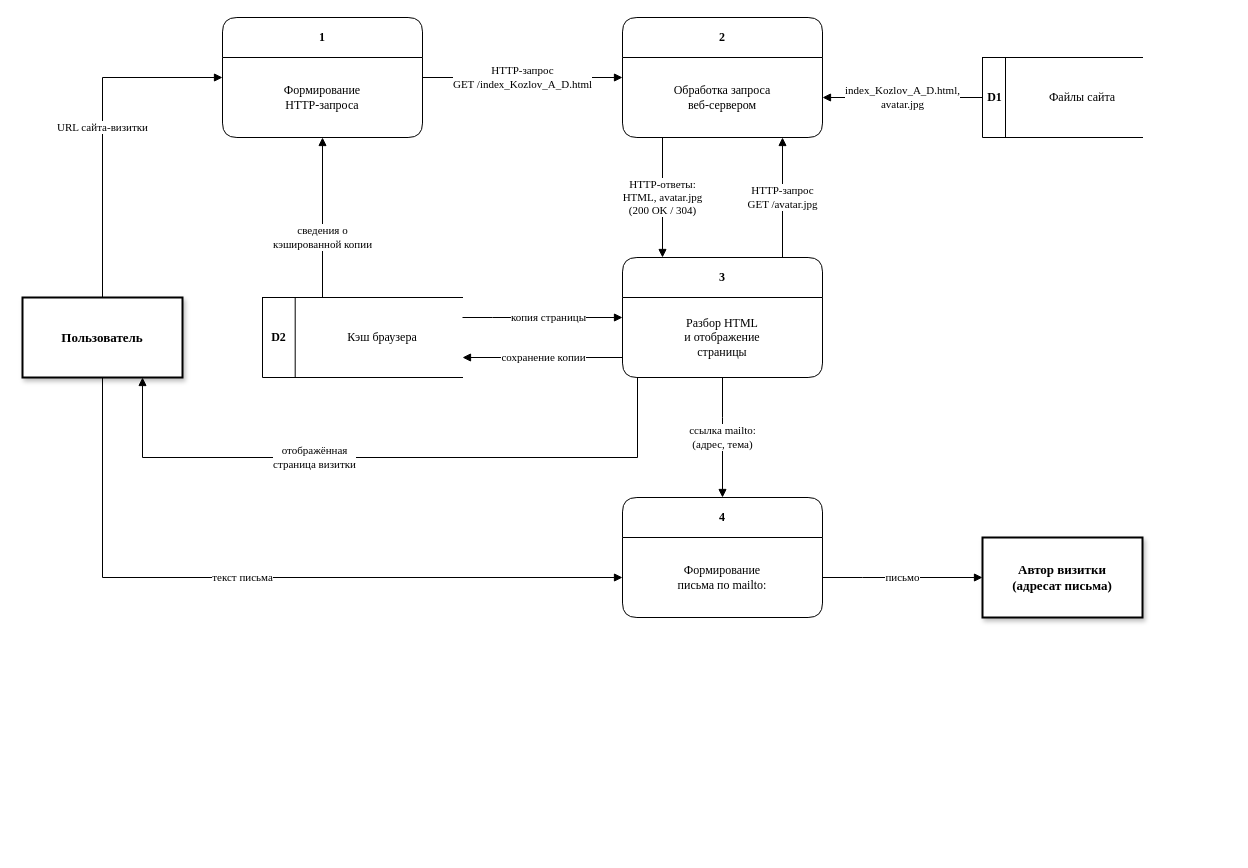
The draw.io diagram Lab1/data/dfd.drawio in ArtemKD-Miit-Labs/web-programming, before the edit. Source tidied: cells renumbered, new cells numbered last; positions are measured from the earlier drawing's top-left corner, leaving out a move shared by most shapes. Both pictures are drawn from the tidied source at 100%, with x=0, y=0 at pixel (22, 17).
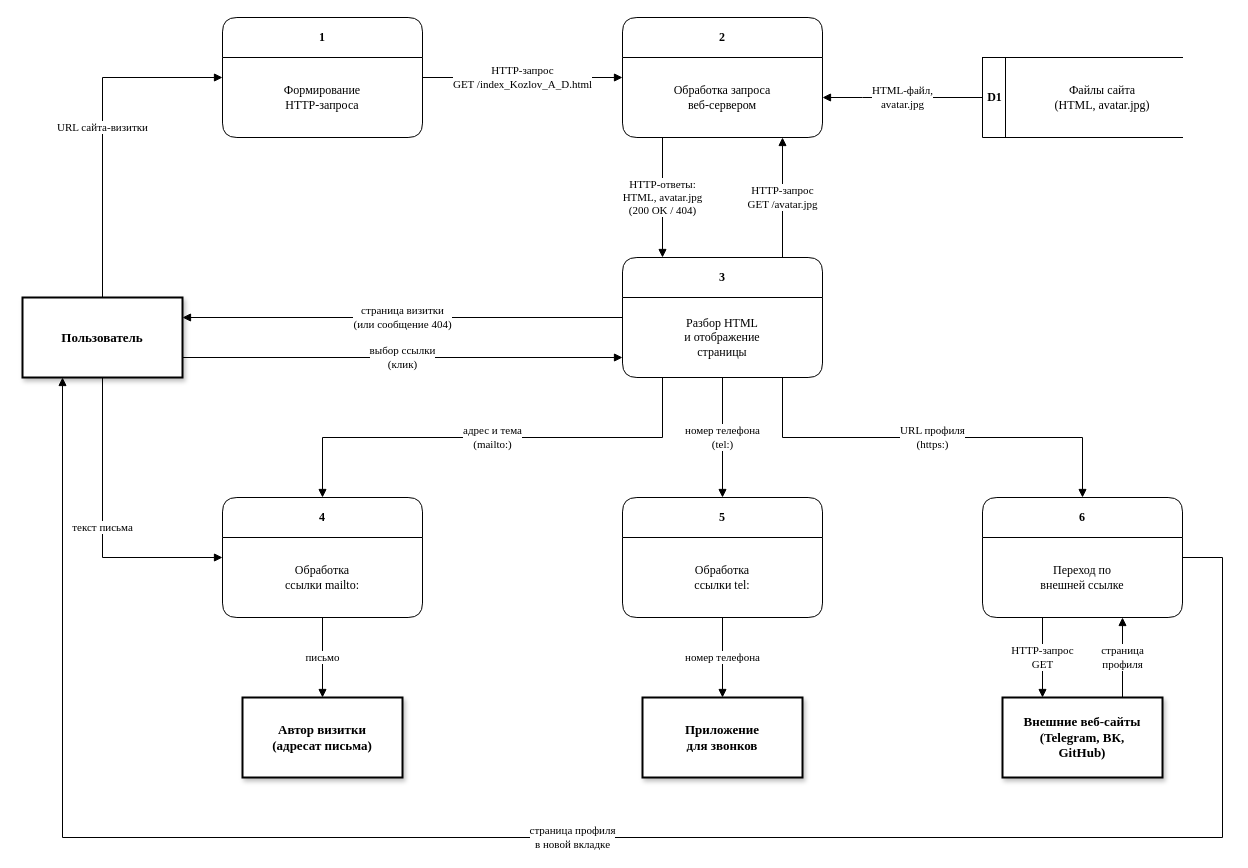
The same page after the edit.

The change refers to these unchanged cells:
```xml
<mxCell id="2" value="Пользователь" style="rounded=0;whiteSpace=wrap;html=1;shadow=1;strokeWidth=2;fontFamily=Times New Roman;fontSize=13;fontStyle=1;" parent="1" vertex="1">
  <mxGeometry y="280" width="160" height="80" as="geometry" />
</mxCell>
<mxCell id="3" value="1" style="swimlane;rounded=1;arcSize=12;startSize=40;html=1;whiteSpace=wrap;fontFamily=Times New Roman;fontSize=12;fontStyle=1;" parent="1" vertex="1">
  <mxGeometry x="200" width="200" height="120" as="geometry" />
</mxCell>
<mxCell id="5" value="2" style="swimlane;rounded=1;arcSize=12;startSize=40;html=1;whiteSpace=wrap;fontFamily=Times New Roman;fontSize=12;fontStyle=1;" parent="1" vertex="1">
  <mxGeometry x="600" width="200" height="120" as="geometry" />
</mxCell>
<mxCell id="11" value="3" style="swimlane;rounded=1;arcSize=12;startSize=40;html=1;whiteSpace=wrap;fontFamily=Times New Roman;fontSize=12;fontStyle=1;" parent="1" vertex="1">
  <mxGeometry x="600" y="240" width="200" height="120" as="geometry" />
</mxCell>
<mxCell id="12" value="Разбор HTML&lt;br&gt;и отображение&lt;br&gt;страницы" style="text;html=1;whiteSpace=wrap;align=center;verticalAlign=middle;fontFamily=Times New Roman;fontSize=12;" parent="11" vertex="1">
  <mxGeometry y="40" width="200" height="80" as="geometry" />
</mxCell>
```

Change to the diagram source:
```diff
@@
-    <mxCell id="7" value="Файлы сайта" style="shape=partialRectangle;right=0;html=1;whiteSpace=wrap;spacingLeft=40;fontFamily=Times New Roman;fontSize=12;" parent="1" vertex="1">
-      <mxGeometry x="960" y="40" width="160" height="80" as="geometry" />
+    <mxCell id="7" value="Файлы сайта&lt;br&gt;(HTML, avatar.jpg)" style="shape=partialRectangle;right=0;html=1;whiteSpace=wrap;spacingLeft=40;fontFamily=Times New Roman;fontSize=12;" parent="1" vertex="1">
+      <mxGeometry x="960" y="40" width="200" height="80" as="geometry" />
     </mxCell>
@@
-    <mxCell id="9" value="Кэш браузера" style="shape=partialRectangle;right=0;html=1;whiteSpace=wrap;spacingLeft=40;fontFamily=Times New Roman;fontSize=12;" parent="1" vertex="1">
-      <mxGeometry x="240" y="280" width="200" height="80" as="geometry" />
-    </mxCell>
-    <mxCell id="10" value="D2" style="shape=partialRectangle;top=0;bottom=0;left=0;html=1;fillColor=none;fontFamily=Times New Roman;fontSize=12;fontStyle=1;" parent="9" vertex="1">
-      <mxGeometry width="32.7" height="80" as="geometry" />
-    </mxCell>
@@
     <mxCell id="13" value="4" style="swimlane;rounded=1;arcSize=12;startSize=40;html=1;whiteSpace=wrap;fontFamily=Times New Roman;fontSize=12;fontStyle=1;" parent="1" vertex="1">
-      <mxGeometry x="600" y="480" width="200" height="120" as="geometry" />
+      <mxGeometry x="200" y="480" width="200" height="120" as="geometry" />
     </mxCell>
-    <mxCell id="14" value="Формирование&lt;br&gt;письма по mailto:" style="text;html=1;whiteSpace=wrap;align=center;verticalAlign=middle;fontFamily=Times New Roman;fontSize=12;" parent="13" vertex="1">
+    <mxCell id="14" value="Обработка&lt;br&gt;ссылки mailto:" style="text;html=1;whiteSpace=wrap;align=center;verticalAlign=middle;fontFamily=Times New Roman;fontSize=12;" parent="13" vertex="1">
       <mxGeometry y="40" width="200" height="80" as="geometry" />
     </mxCell>
     <mxCell id="15" value="Автор визитки&lt;br&gt;(адресат письма)" style="rounded=0;whiteSpace=wrap;html=1;shadow=1;strokeWidth=2;fontFamily=Times New Roman;fontSize=13;fontStyle=1;" parent="1" vertex="1">
-      <mxGeometry x="960" y="520" width="160" height="80" as="geometry" />
+      <mxGeometry x="220" y="680" width="160" height="80" as="geometry" />
     </mxCell>
@@
-    <mxCell id="17" value="сведения о&lt;br&gt;кэшированной копии" style="edgeStyle=orthogonalEdgeStyle;rounded=0;html=1;endArrow=block;endFill=1;fontFamily=Times New Roman;fontSize=11;labelBackgroundColor=#ffffff;exitX=0.5;exitY=0;exitDx=0;exitDy=0;entryX=0.5;entryY=1;entryDx=0;entryDy=0;" parent="1" edge="1" source="9" target="3">
-      <mxGeometry relative="1" as="geometry">
-        <Array as="points">
-          <mxPoint x="300" y="280" />
-        </Array>
-      </mxGeometry>
-    </mxCell>
@@
-    <mxCell id="19" value="index_Kozlov_A_D.html,&lt;br&gt;avatar.jpg" style="edgeStyle=orthogonalEdgeStyle;rounded=0;html=1;endArrow=block;endFill=1;fontFamily=Times New Roman;fontSize=11;labelBackgroundColor=#ffffff;" parent="1" edge="1" source="7" target="5">
+    <mxCell id="19" value="HTML-файл,&lt;br&gt;avatar.jpg" style="edgeStyle=orthogonalEdgeStyle;rounded=0;html=1;endArrow=block;endFill=1;fontFamily=Times New Roman;fontSize=11;labelBackgroundColor=#ffffff;" parent="1" edge="1" source="7" target="5">
       <mxGeometry relative="1" as="geometry">
         <Array as="points">
           <mxPoint x="840" y="80" />
           <mxPoint x="840" y="80" />
         </Array>
       </mxGeometry>
     </mxCell>
-    <mxCell id="20" value="HTTP-ответы:&lt;br&gt;HTML, avatar.jpg&lt;br&gt;(200 OK / 304)" style="edgeStyle=orthogonalEdgeStyle;rounded=0;html=1;endArrow=block;endFill=1;fontFamily=Times New Roman;fontSize=11;labelBackgroundColor=#ffffff;exitX=0.2;exitY=1;exitDx=0;exitDy=0;entryX=0.2;entryY=0;entryDx=0;entryDy=0;" parent="1" edge="1" source="5" target="11">
+    <mxCell id="20" value="HTTP-ответы:&lt;br&gt;HTML, avatar.jpg&lt;br&gt;(200 OK / 404)" style="edgeStyle=orthogonalEdgeStyle;rounded=0;html=1;endArrow=block;endFill=1;fontFamily=Times New Roman;fontSize=11;labelBackgroundColor=#ffffff;exitX=0.2;exitY=1;exitDx=0;exitDy=0;entryX=0.2;entryY=0;entryDx=0;entryDy=0;" parent="1" edge="1" source="5" target="11">
       <mxGeometry relative="1" as="geometry" />
     </mxCell>
@@
-    <mxCell id="22" value="копия страницы" style="edgeStyle=orthogonalEdgeStyle;rounded=0;html=1;endArrow=block;endFill=1;fontFamily=Times New Roman;fontSize=11;labelBackgroundColor=#ffffff;" parent="1" edge="1" source="9" target="12">
-      <mxGeometry x="0.07" relative="1" as="geometry">
-        <Array as="points">
-          <mxPoint x="470" y="300" />
-          <mxPoint x="470" y="300" />
-        </Array>
-      </mxGeometry>
-    </mxCell>
-    <mxCell id="23" value="сохранение копии" style="edgeStyle=orthogonalEdgeStyle;rounded=0;html=1;endArrow=block;endFill=1;fontFamily=Times New Roman;fontSize=11;labelBackgroundColor=#ffffff;" parent="1" edge="1" source="12" target="9">
-      <mxGeometry x="-0.01" relative="1" as="geometry">
-        <Array as="points">
-          <mxPoint x="500" y="340" />
-          <mxPoint x="500" y="340" />
-        </Array>
-      </mxGeometry>
-    </mxCell>
-    <mxCell id="24" value="отображённая&lt;br&gt;страница визитки" style="edgeStyle=orthogonalEdgeStyle;rounded=0;html=1;endArrow=block;endFill=1;fontFamily=Times New Roman;fontSize=11;labelBackgroundColor=#ffffff;" parent="1" edge="1" source="12" target="2">
-      <mxGeometry x="0.23" relative="1" as="geometry">
-        <Array as="points">
-          <mxPoint x="615" y="440" />
-          <mxPoint x="120" y="440" />
-        </Array>
-      </mxGeometry>
-    </mxCell>
-    <mxCell id="25" value="ссылка mailto:&lt;br&gt;(адрес, тема)" style="edgeStyle=orthogonalEdgeStyle;rounded=0;html=1;endArrow=block;endFill=1;fontFamily=Times New Roman;fontSize=11;labelBackgroundColor=#ffffff;" parent="1" edge="1" source="12" target="13">
-      <mxGeometry relative="1" as="geometry">
-        <Array as="points">
-          <mxPoint x="700" y="400" />
-          <mxPoint x="700" y="400" />
-        </Array>
-      </mxGeometry>
-    </mxCell>
+    <mxCell id="28" value="5" style="swimlane;rounded=1;arcSize=12;startSize=40;html=1;whiteSpace=wrap;fontFamily=Times New Roman;fontSize=12;fontStyle=1;" parent="1" vertex="1">
+      <mxGeometry x="600" y="480" width="200" height="120" as="geometry" />
+    </mxCell>
+    <mxCell id="29" value="Обработка&lt;br&gt;ссылки tel:" style="text;html=1;whiteSpace=wrap;align=center;verticalAlign=middle;fontFamily=Times New Roman;fontSize=12;" parent="28" vertex="1">
+      <mxGeometry y="40" width="200" height="80" as="geometry" />
+    </mxCell>
+    <mxCell id="30" value="6" style="swimlane;rounded=1;arcSize=12;startSize=40;html=1;whiteSpace=wrap;fontFamily=Times New Roman;fontSize=12;fontStyle=1;" parent="1" vertex="1">
+      <mxGeometry x="960" y="480" width="200" height="120" as="geometry" />
+    </mxCell>
+    <mxCell id="31" value="Переход по&lt;br&gt;внешней ссылке" style="text;html=1;whiteSpace=wrap;align=center;verticalAlign=middle;fontFamily=Times New Roman;fontSize=12;" parent="30" vertex="1">
+      <mxGeometry y="40" width="200" height="80" as="geometry" />
+    </mxCell>
+    <mxCell id="32" value="Приложение&lt;br&gt;для звонков" style="rounded=0;whiteSpace=wrap;html=1;shadow=1;strokeWidth=2;fontFamily=Times New Roman;fontSize=13;fontStyle=1;" parent="1" vertex="1">
+      <mxGeometry x="620" y="680" width="160" height="80" as="geometry" />
+    </mxCell>
+    <mxCell id="33" value="Внешние веб-сайты&lt;br&gt;(Telegram, ВК,&lt;br&gt;GitHub)" style="rounded=0;whiteSpace=wrap;html=1;shadow=1;strokeWidth=2;fontFamily=Times New Roman;fontSize=13;fontStyle=1;" parent="1" vertex="1">
+      <mxGeometry x="980" y="680" width="160" height="80" as="geometry" />
+    </mxCell>
+    <mxCell id="34" value="страница визитки&lt;br&gt;(или сообщение 404)" style="edgeStyle=orthogonalEdgeStyle;rounded=0;html=1;endArrow=block;endFill=1;fontFamily=Times New Roman;fontSize=11;labelBackgroundColor=#ffffff;exitX=0;exitY=0.5;exitDx=0;exitDy=0;entryX=1;entryY=0.25;entryDx=0;entryDy=0;" parent="1" edge="1" source="11" target="2">
+      <mxGeometry relative="1" as="geometry" />
+    </mxCell>
+    <mxCell id="35" value="выбор ссылки&lt;br&gt;(клик)" style="edgeStyle=orthogonalEdgeStyle;rounded=0;html=1;endArrow=block;endFill=1;fontFamily=Times New Roman;fontSize=11;labelBackgroundColor=#ffffff;exitX=1;exitY=0.75;exitDx=0;exitDy=0;entryX=0;entryY=0.8333;entryDx=0;entryDy=0;" parent="1" edge="1" source="2" target="11">
+      <mxGeometry relative="1" as="geometry" />
+    </mxCell>
+    <mxCell id="36" value="адрес и тема&lt;br&gt;(mailto:)" style="edgeStyle=orthogonalEdgeStyle;rounded=0;html=1;endArrow=block;endFill=1;fontFamily=Times New Roman;fontSize=11;labelBackgroundColor=#ffffff;exitX=0.2;exitY=1;exitDx=0;exitDy=0;entryX=0.5;entryY=0;entryDx=0;entryDy=0;" parent="1" edge="1" source="11" target="13">
+      <mxGeometry relative="1" as="geometry">
+        <Array as="points">
+          <mxPoint x="640" y="420" />
+          <mxPoint x="300" y="420" />
+        </Array>
+      </mxGeometry>
+    </mxCell>
+    <mxCell id="37" value="номер телефона&lt;br&gt;(tel:)" style="edgeStyle=orthogonalEdgeStyle;rounded=0;html=1;endArrow=block;endFill=1;fontFamily=Times New Roman;fontSize=11;labelBackgroundColor=#ffffff;exitX=0.5;exitY=1;exitDx=0;exitDy=0;entryX=0.5;entryY=0;entryDx=0;entryDy=0;" parent="1" edge="1" source="11" target="28">
+      <mxGeometry relative="1" as="geometry" />
+    </mxCell>
+    <mxCell id="38" value="URL профиля&lt;br&gt;(https:)" style="edgeStyle=orthogonalEdgeStyle;rounded=0;html=1;endArrow=block;endFill=1;fontFamily=Times New Roman;fontSize=11;labelBackgroundColor=#ffffff;exitX=0.8;exitY=1;exitDx=0;exitDy=0;entryX=0.5;entryY=0;entryDx=0;entryDy=0;" parent="1" edge="1" source="11" target="30">
+      <mxGeometry relative="1" as="geometry">
+        <Array as="points">
+          <mxPoint x="760" y="420" />
+          <mxPoint x="1060" y="420" />
+        </Array>
+      </mxGeometry>
+    </mxCell>
-    <mxCell id="26" value="текст письма" style="edgeStyle=orthogonalEdgeStyle;rounded=0;html=1;endArrow=block;endFill=1;fontFamily=Times New Roman;fontSize=11;labelBackgroundColor=#ffffff;exitX=0.2;exitY=1;exitDx=0;exitDy=0;" parent="1" edge="1" source="2" target="14">
-      <mxGeometry x="0.01" relative="1" as="geometry">
+    <mxCell id="26" value="текст письма" style="edgeStyle=orthogonalEdgeStyle;rounded=0;html=1;endArrow=block;endFill=1;fontFamily=Times New Roman;fontSize=11;labelBackgroundColor=#ffffff;exitX=0.5;exitY=1;exitDx=0;exitDy=0;entryX=0;entryY=0.5;entryDx=0;entryDy=0;" parent="1" edge="1" source="2" target="13">
+      <mxGeometry relative="1" as="geometry">
         <Array as="points">
-          <mxPoint x="80" y="360" />
-          <mxPoint x="80" y="560" />
+          <mxPoint x="80" y="540" />
         </Array>
       </mxGeometry>
     </mxCell>
-    <mxCell id="27" value="письмо" style="edgeStyle=orthogonalEdgeStyle;rounded=0;html=1;endArrow=block;endFill=1;fontFamily=Times New Roman;fontSize=11;labelBackgroundColor=#ffffff;" parent="1" edge="1" source="13" target="15">
-      <mxGeometry relative="1" as="geometry">
-        <Array as="points">
-          <mxPoint x="840" y="560" />
-          <mxPoint x="840" y="560" />
-        </Array>
-      </mxGeometry>
+    <mxCell id="27" value="письмо" style="edgeStyle=orthogonalEdgeStyle;rounded=0;html=1;endArrow=block;endFill=1;fontFamily=Times New Roman;fontSize=11;labelBackgroundColor=#ffffff;exitX=0.5;exitY=1;exitDx=0;exitDy=0;entryX=0.5;entryY=0;entryDx=0;entryDy=0;" parent="1" edge="1" source="13" target="15">
+      <mxGeometry relative="1" as="geometry" />
     </mxCell>
+    <mxCell id="39" value="номер телефона" style="edgeStyle=orthogonalEdgeStyle;rounded=0;html=1;endArrow=block;endFill=1;fontFamily=Times New Roman;fontSize=11;labelBackgroundColor=#ffffff;exitX=0.5;exitY=1;exitDx=0;exitDy=0;entryX=0.5;entryY=0;entryDx=0;entryDy=0;" parent="1" edge="1" source="28" target="32">
+      <mxGeometry relative="1" as="geometry" />
+    </mxCell>
+    <mxCell id="40" value="HTTP-запрос&lt;br&gt;GET" style="edgeStyle=orthogonalEdgeStyle;rounded=0;html=1;endArrow=block;endFill=1;fontFamily=Times New Roman;fontSize=11;labelBackgroundColor=#ffffff;exitX=0.3;exitY=1;exitDx=0;exitDy=0;entryX=0.25;entryY=0;entryDx=0;entryDy=0;" parent="1" edge="1" source="30" target="33">
+      <mxGeometry relative="1" as="geometry" />
+    </mxCell>
+    <mxCell id="41" value="страница&lt;br&gt;профиля" style="edgeStyle=orthogonalEdgeStyle;rounded=0;html=1;endArrow=block;endFill=1;fontFamily=Times New Roman;fontSize=11;labelBackgroundColor=#ffffff;exitX=0.75;exitY=0;exitDx=0;exitDy=0;entryX=0.7;entryY=1;entryDx=0;entryDy=0;" parent="1" edge="1" source="33" target="30">
+      <mxGeometry relative="1" as="geometry" />
+    </mxCell>
+    <mxCell id="42" value="страница профиля&lt;br&gt;в новой вкладке" style="edgeStyle=orthogonalEdgeStyle;rounded=0;html=1;endArrow=block;endFill=1;fontFamily=Times New Roman;fontSize=11;labelBackgroundColor=#ffffff;exitX=1;exitY=0.5;exitDx=0;exitDy=0;entryX=0.25;entryY=1;entryDx=0;entryDy=0;" parent="1" edge="1" source="30" target="2">
+      <mxGeometry relative="1" as="geometry">
+        <Array as="points">
+          <mxPoint x="1200" y="540" />
+          <mxPoint x="1200" y="820" />
+          <mxPoint x="40" y="820" />
+        </Array>
+      </mxGeometry>
+    </mxCell>
```
